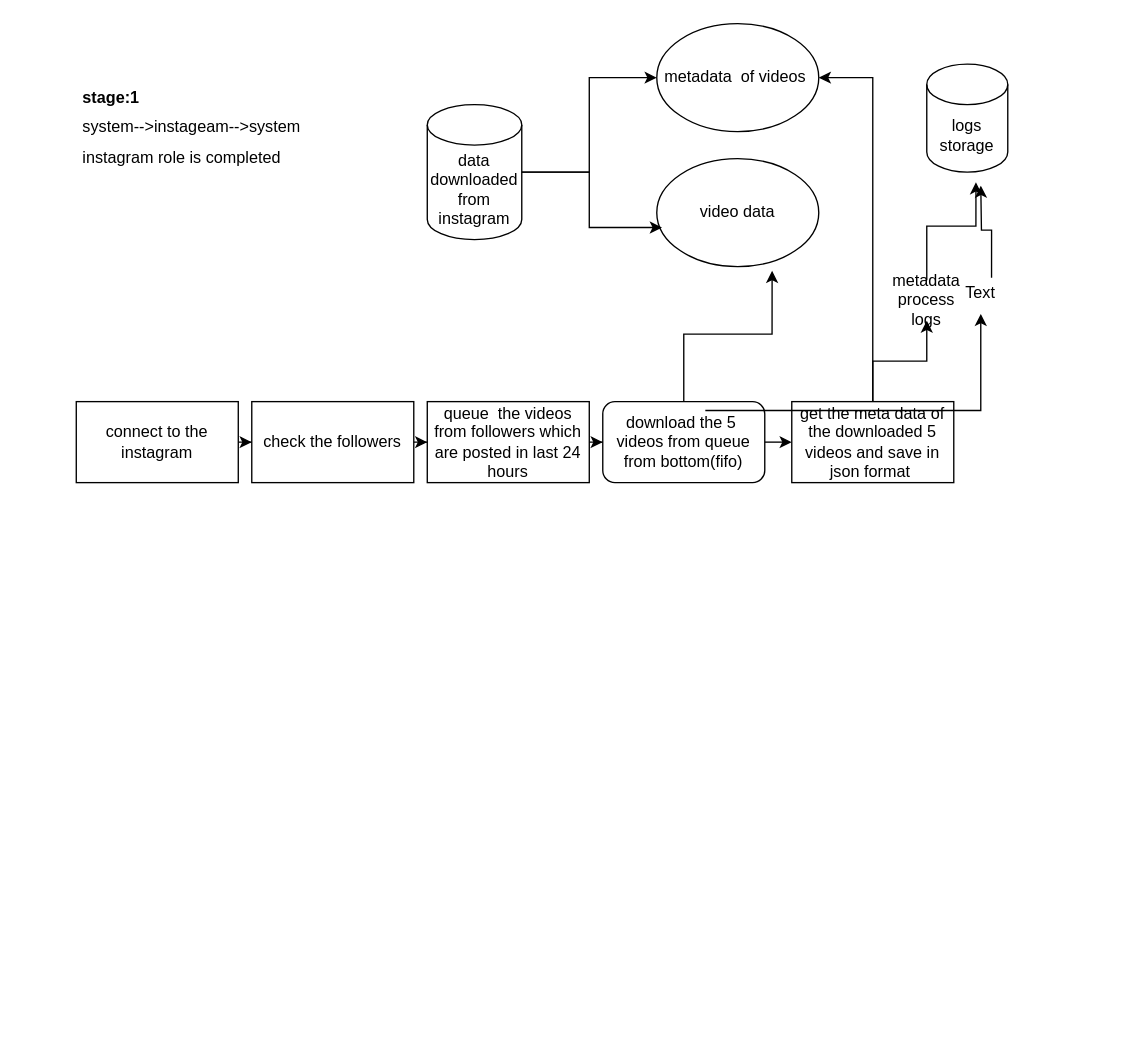
pavanyendluri588/fully_automated_instgram_to_youtube_meme_expoter keeps this draw.io diagram as Ubasic_software_design.drawio. Above is the earlier version. Source tidied: cells renumbered, new cells numbered last; positions are measured from the earlier drawing's top-left corner, leaving out a move shared by most shapes. Both pictures are drawn from the tidied source at 135%, with x=0, y=0 at pixel (76, 23).
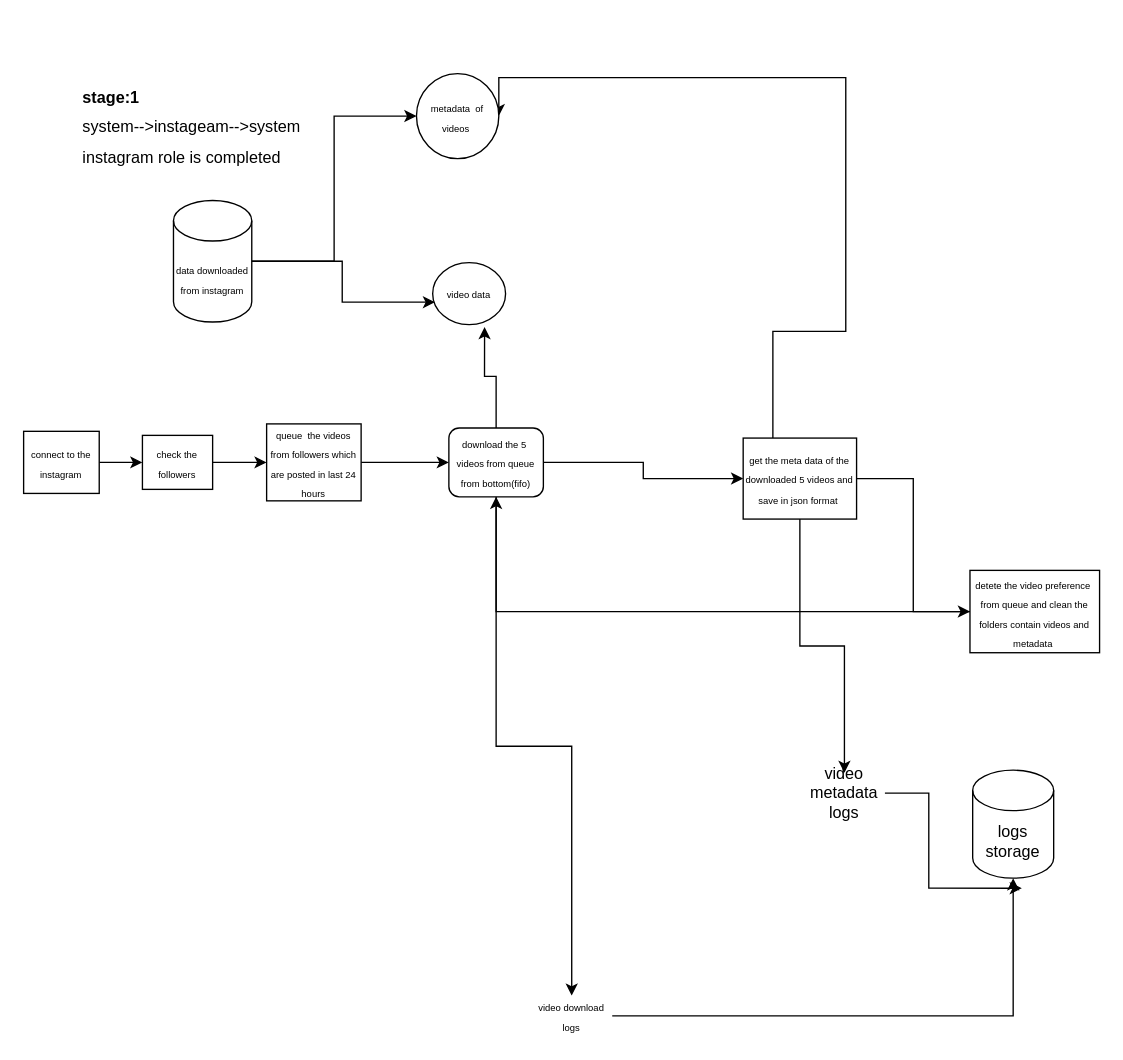
After the change.

Diff of the diagram source:
```diff
@@
-    <mxCell id="3" value="connect to the instagram" style="rounded=0;whiteSpace=wrap;html=1;fontSize=12;strokeWidth=1;imageWidth=24;" parent="1" vertex="1">
-      <mxGeometry y="280" width="120" height="60" as="geometry" />
+    <mxCell id="3" value="&lt;font style=&quot;font-size: 7px;&quot;&gt;connect to the instagram&lt;/font&gt;" style="rounded=0;whiteSpace=wrap;html=1;fontSize=12;strokeWidth=1;imageWidth=24;" parent="1" vertex="1">
+      <mxGeometry x="-39" y="302" width="56" height="46" as="geometry" />
     </mxCell>
@@
-    <mxCell id="5" value="check the followers" style="rounded=0;whiteSpace=wrap;html=1;fontSize=12;" parent="1" vertex="1">
-      <mxGeometry x="130" y="280" width="120" height="60" as="geometry" />
+    <mxCell id="5" value="&lt;font style=&quot;font-size: 7px;&quot;&gt;check the followers&lt;/font&gt;" style="rounded=0;whiteSpace=wrap;html=1;fontSize=12;" parent="1" vertex="1">
+      <mxGeometry x="49" y="305" width="52" height="40" as="geometry" />
     </mxCell>
     <mxCell id="6" value="logs storage" style="shape=cylinder3;whiteSpace=wrap;html=1;boundedLbl=1;backgroundOutline=1;size=15;fontSize=12;" parent="1" vertex="1">
-      <mxGeometry x="630" y="30" width="60" height="80" as="geometry" />
+      <mxGeometry x="664" y="553" width="60" height="80" as="geometry" />
     </mxCell>
@@
-    <mxCell id="8" value="data downloaded from instagram" style="shape=cylinder3;whiteSpace=wrap;html=1;boundedLbl=1;backgroundOutline=1;size=15;fontSize=12;" parent="1" vertex="1">
-      <mxGeometry x="260" y="60" width="70" height="100" as="geometry" />
+    <mxCell id="8" value="&lt;font style=&quot;font-size: 7px;&quot;&gt;data downloaded from instagram&lt;/font&gt;" style="shape=cylinder3;whiteSpace=wrap;html=1;boundedLbl=1;backgroundOutline=1;size=15;fontSize=12;" parent="1" vertex="1">
+      <mxGeometry x="72" y="131" width="58" height="90" as="geometry" />
     </mxCell>
@@
-    <mxCell id="10" value="queue&amp;nbsp; the videos from followers which are posted in last 24 hours" style="rounded=0;whiteSpace=wrap;html=1;fontSize=12;" parent="1" vertex="1">
-      <mxGeometry x="260" y="280" width="120" height="60" as="geometry" />
+    <mxCell id="10" value="&lt;font style=&quot;font-size: 7px;&quot;&gt;queue&amp;nbsp; the videos from followers which are posted in last 24 hours&lt;/font&gt;" style="rounded=0;whiteSpace=wrap;html=1;fontSize=12;" parent="1" vertex="1">
+      <mxGeometry x="141" y="296.5" width="70" height="57" as="geometry" />
     </mxCell>
@@
-    <mxCell id="12" style="edgeStyle=orthogonalEdgeStyle;rounded=0;jettySize=auto;html=1;exitX=0.633;exitY=0.11;exitDx=0;exitDy=0;exitPerimeter=0;fontSize=12;" parent="1" edge="1" source="25">
-      <mxGeometry relative="1" as="geometry">
-        <mxPoint x="670" y="120" as="targetPoint" />
-      </mxGeometry>
-    </mxCell>
+    <mxCell id="24" style="edgeStyle=orthogonalEdgeStyle;rounded=0;jettySize=auto;html=1;" parent="1" edge="1" source="13" target="25">
+      <mxGeometry relative="1" as="geometry" />
+    </mxCell>
-    <mxCell id="13" value="download the 5&amp;nbsp; videos from queue from bottom(fifo)" style="rounded=1;whiteSpace=wrap;html=1;fontSize=12;" parent="1" vertex="1">
-      <mxGeometry x="390" y="280" width="120" height="60" as="geometry" />
+    <mxCell id="13" value="&lt;font style=&quot;font-size: 7px;&quot;&gt;download the 5&amp;nbsp; videos from queue from bottom(fifo)&lt;/font&gt;" style="rounded=1;whiteSpace=wrap;html=1;fontSize=12;" parent="1" vertex="1">
+      <mxGeometry x="276" y="299.5" width="70" height="51" as="geometry" />
     </mxCell>
     <mxCell id="14" style="edgeStyle=orthogonalEdgeStyle;rounded=0;jettySize=auto;html=1;entryX=1;entryY=0.5;entryDx=0;entryDy=0;fontSize=12;" parent="1" edge="1" source="15" target="16">
-      <mxGeometry relative="1" as="geometry" />
+      <mxGeometry relative="1" as="geometry">
+        <Array as="points">
+          <mxPoint x="516" y="228" />
+          <mxPoint x="570" y="228" />
+          <mxPoint x="570" y="40" />
+        </Array>
+      </mxGeometry>
     </mxCell>
+    <mxCell id="26" style="edgeStyle=orthogonalEdgeStyle;rounded=0;jettySize=auto;html=1;entryX=0;entryY=0.5;entryDx=0;entryDy=0;" parent="1" edge="1" source="15" target="29">
+      <mxGeometry relative="1" as="geometry" />
+    </mxCell>
+    <mxCell id="20" style="edgeStyle=orthogonalEdgeStyle;rounded=0;jettySize=auto;html=1;entryX=0.5;entryY=0;entryDx=0;entryDy=0;" parent="1" edge="1" source="15" target="21">
+      <mxGeometry relative="1" as="geometry" />
+    </mxCell>
-    <mxCell id="15" value="get the meta data of the downloaded 5 videos and save in json format&amp;nbsp;" style="rounded=0;whiteSpace=wrap;html=1;fontSize=12;" parent="1" vertex="1">
-      <mxGeometry x="530" y="280" width="120" height="60" as="geometry" />
+    <mxCell id="15" value="&lt;font style=&quot;font-size: 7px;&quot;&gt;get the meta data of the downloaded 5 videos and save in json format&amp;nbsp;&lt;/font&gt;" style="rounded=0;whiteSpace=wrap;html=1;fontSize=12;" parent="1" vertex="1">
+      <mxGeometry x="494" y="307" width="84" height="60" as="geometry" />
     </mxCell>
-    <mxCell id="16" value="metadata&amp;nbsp; of videos&amp;nbsp;" style="ellipse;whiteSpace=wrap;html=1;" parent="1" vertex="1">
-      <mxGeometry x="430" width="120" height="80" as="geometry" />
+    <mxCell id="16" value="&lt;font style=&quot;font-size: 7px;&quot;&gt;metadata&amp;nbsp; of videos&amp;nbsp;&lt;/font&gt;" style="ellipse;whiteSpace=wrap;html=1;" parent="1" vertex="1">
+      <mxGeometry x="252" y="37" width="61" height="63" as="geometry" />
     </mxCell>
-    <mxCell id="17" value="video data" style="ellipse;whiteSpace=wrap;html=1;fontSize=12;" parent="1" vertex="1">
-      <mxGeometry x="430" y="100" width="120" height="80" as="geometry" />
+    <mxCell id="17" value="&lt;font style=&quot;font-size: 7px;&quot;&gt;video data&lt;/font&gt;" style="ellipse;whiteSpace=wrap;html=1;fontSize=12;" parent="1" vertex="1">
+      <mxGeometry x="264" y="177" width="54" height="46" as="geometry" />
     </mxCell>
@@
-    <mxCell id="20" style="edgeStyle=orthogonalEdgeStyle;rounded=0;jettySize=auto;html=1;entryX=0.5;entryY=1;entryDx=0;entryDy=0;entryPerimeter=0;fontSize=12;" parent="1" edge="1" source="15" target="21">
-      <mxGeometry relative="1" as="geometry" />
-    </mxCell>
-    <mxCell id="21" value="metadata process logs" style="text;html=1;strokeColor=none;fillColor=none;align=center;verticalAlign=middle;whiteSpace=wrap;rounded=0;fontSize=12;" parent="1" vertex="1">
-      <mxGeometry x="600" y="190" width="60" height="30" as="geometry" />
+    <mxCell id="21" value="video metadata logs" style="text;html=1;strokeColor=none;fillColor=none;align=center;verticalAlign=middle;whiteSpace=wrap;rounded=0;fontSize=12;" parent="1" vertex="1">
+      <mxGeometry x="539" y="555" width="60" height="30" as="geometry" />
     </mxCell>
@@
-    <mxCell id="24" style="edgeStyle=orthogonalEdgeStyle;rounded=0;jettySize=auto;html=1;exitX=0.633;exitY=0.11;exitDx=0;exitDy=0;exitPerimeter=0;fontSize=12;" parent="1" edge="1" source="13" target="25">
-      <mxGeometry relative="1" as="geometry" />
-    </mxCell>
+    <mxCell id="27" style="edgeStyle=orthogonalEdgeStyle;rounded=0;jettySize=auto;html=1;" parent="1" edge="1" source="25" target="6">
+      <mxGeometry relative="1" as="geometry" />
+    </mxCell>
-    <mxCell id="25" value="Text" style="text;html=1;strokeColor=none;fillColor=none;align=center;verticalAlign=middle;whiteSpace=wrap;rounded=0;fontSize=12;" parent="1" vertex="1">
-      <mxGeometry x="640" y="185" width="60" height="30" as="geometry" />
+    <mxCell id="25" value="&lt;font style=&quot;font-size: 7px;&quot;&gt;video download logs&lt;/font&gt;" style="text;html=1;strokeColor=none;fillColor=none;align=center;verticalAlign=middle;whiteSpace=wrap;rounded=0;fontSize=12;" parent="1" vertex="1">
+      <mxGeometry x="337" y="720" width="60" height="30" as="geometry" />
     </mxCell>
+    <mxCell id="28" style="edgeStyle=orthogonalEdgeStyle;rounded=0;jettySize=auto;html=1;entryX=0.5;entryY=1;entryDx=0;entryDy=0;" parent="1" edge="1" source="29" target="13">
+      <mxGeometry relative="1" as="geometry" />
+    </mxCell>
+    <mxCell id="29" value="&lt;font style=&quot;font-size: 7px;&quot;&gt;detete the video preference&amp;nbsp; from queue and clean the folders contain videos and metadata&amp;nbsp;&lt;/font&gt;" style="rounded=0;whiteSpace=wrap;html=1;" parent="1" vertex="1">
+      <mxGeometry x="662" y="405" width="96" height="61" as="geometry" />
+    </mxCell>
```
